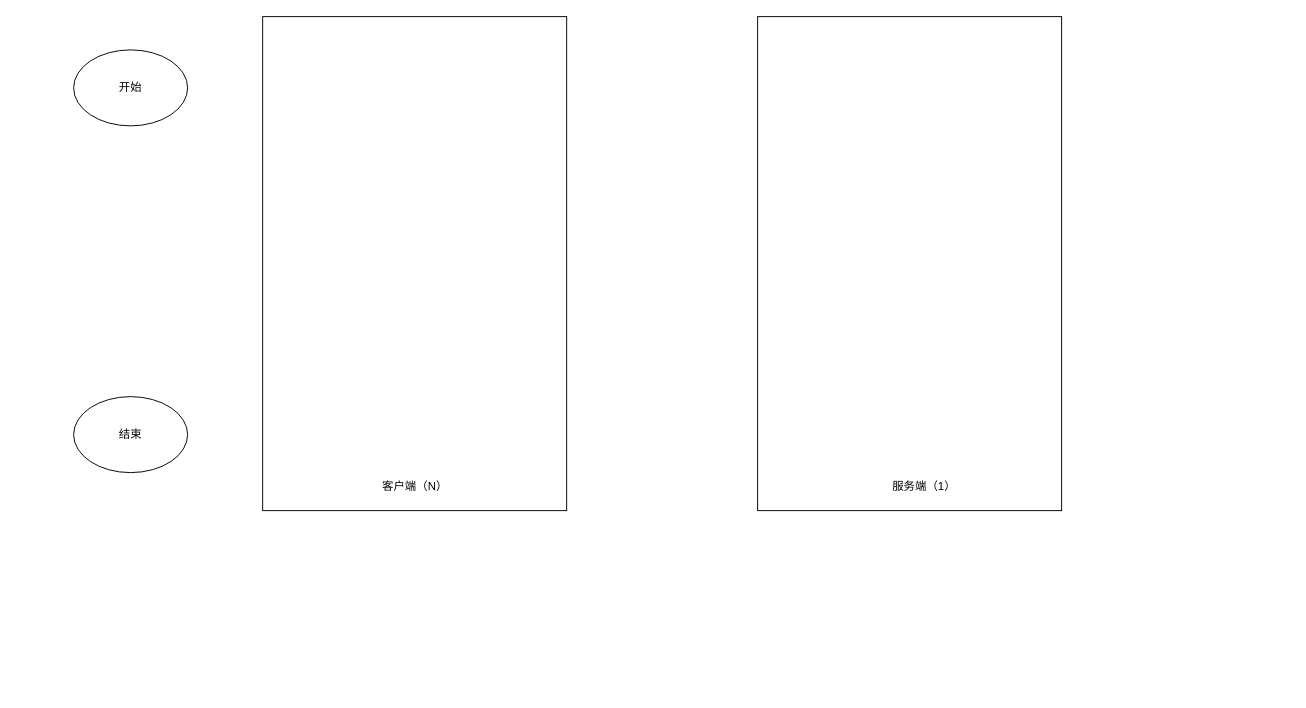
Before: page "第 2 页" (2 of 2) of 设备监控流程.drawio in KNAI-I/test, a draw.io diagram. Source tidied: cells renumbered, new cells numbered last; positions are measured from the earlier drawing's top-left corner, leaving out a move shared by most shapes. Both pictures are drawn from the tidied source at 95%, with x=0, y=0 at pixel (73, 16).
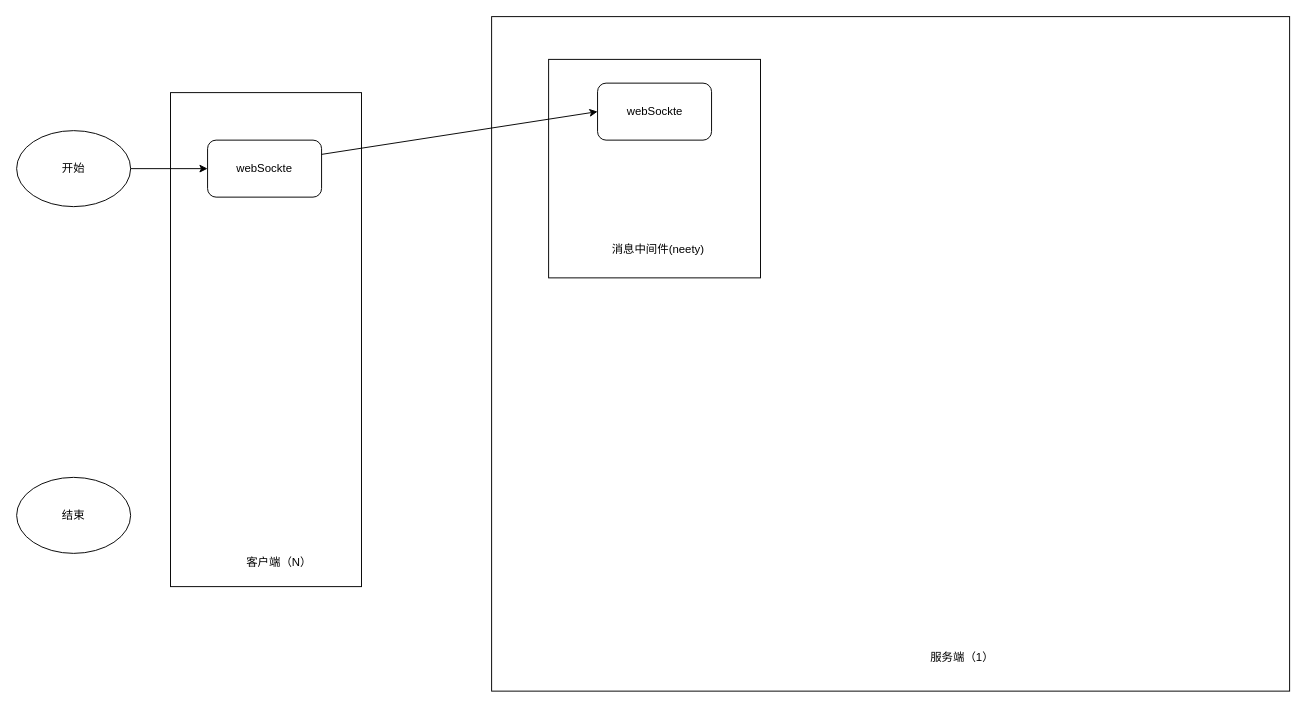
Above is the later version.

Commit message:
更新设备监控流程.drawio

Diff of the diagram source:
```diff
@@
 <mxGraphModel>
   <root>
     <mxCell id="0" />
     <mxCell id="1" parent="0" />
     <mxCell id="2" value="开始" style="ellipse;whiteSpace=wrap;html=1;" parent="1" vertex="1">
-      <mxGeometry y="35" width="120" height="80" as="geometry" />
+      <mxGeometry x="-60" y="120" width="120" height="80" as="geometry" />
     </mxCell>
     <mxCell id="3" style="rounded=0;whiteSpace=wrap;html=1;" parent="1" vertex="1">
-      <mxGeometry x="199" width="320" height="520" as="geometry" />
+      <mxGeometry x="102" y="80" width="201" height="520" as="geometry" />
     </mxCell>
     <mxCell id="4" value="客户端（N）" style="text;html=1;align=center;verticalAlign=middle;strokeColor=none;fillColor=none;" parent="1" vertex="1">
-      <mxGeometry x="314" y="480" width="90" height="30" as="geometry" />
+      <mxGeometry x="171" y="560" width="90" height="30" as="geometry" />
     </mxCell>
     <mxCell id="5" style="rounded=0;whiteSpace=wrap;html=1;" parent="1" vertex="1">
-      <mxGeometry x="720" width="320" height="520" as="geometry" />
+      <mxGeometry x="440" width="840" height="710" as="geometry" />
     </mxCell>
     <mxCell id="6" value="服务端（1）" style="text;html=1;align=center;verticalAlign=middle;strokeColor=none;fillColor=none;" parent="1" vertex="1">
-      <mxGeometry x="850" y="480" width="90" height="30" as="geometry" />
+      <mxGeometry x="890" y="660" width="90" height="30" as="geometry" />
     </mxCell>
     <mxCell id="7" value="结束" style="ellipse;whiteSpace=wrap;html=1;" parent="1" vertex="1">
-      <mxGeometry y="400" width="120" height="80" as="geometry" />
+      <mxGeometry x="-60" y="485" width="120" height="80" as="geometry" />
     </mxCell>
+    <mxCell id="8" value="webSockte" style="rounded=1;whiteSpace=wrap;html=1;" parent="1" vertex="1">
+      <mxGeometry x="141" y="130" width="120" height="60" as="geometry" />
+    </mxCell>
+    <mxCell id="9" style="endArrow=classic;html=1;rounded=0;exitX=1;exitY=0.5;exitDx=0;exitDy=0;entryX=0;entryY=0.5;entryDx=0;entryDy=0;" parent="1" edge="1" source="2" target="8">
+      <mxGeometry relative="1" as="geometry" />
+    </mxCell>
+    <mxCell id="10" style="rounded=0;whiteSpace=wrap;html=1;" parent="1" vertex="1">
+      <mxGeometry x="500" y="45" width="223" height="230" as="geometry" />
+    </mxCell>
+    <mxCell id="11" value="消息中间件(neety)" style="text;html=1;align=center;verticalAlign=middle;strokeColor=none;fillColor=none;" parent="1" vertex="1">
+      <mxGeometry x="555" y="230" width="120" height="30" as="geometry" />
+    </mxCell>
+    <mxCell id="12" value="webSockte" style="rounded=1;whiteSpace=wrap;html=1;" parent="1" vertex="1">
+      <mxGeometry x="551.5" y="70" width="120" height="60" as="geometry" />
+    </mxCell>
+    <mxCell id="13" style="endArrow=classic;html=1;rounded=0;exitX=1;exitY=0.25;exitDx=0;exitDy=0;entryX=0;entryY=0.5;entryDx=0;entryDy=0;" parent="1" edge="1" source="8" target="12">
+      <mxGeometry relative="1" as="geometry" />
+    </mxCell>
   </root>
 </mxGraphModel>
```
